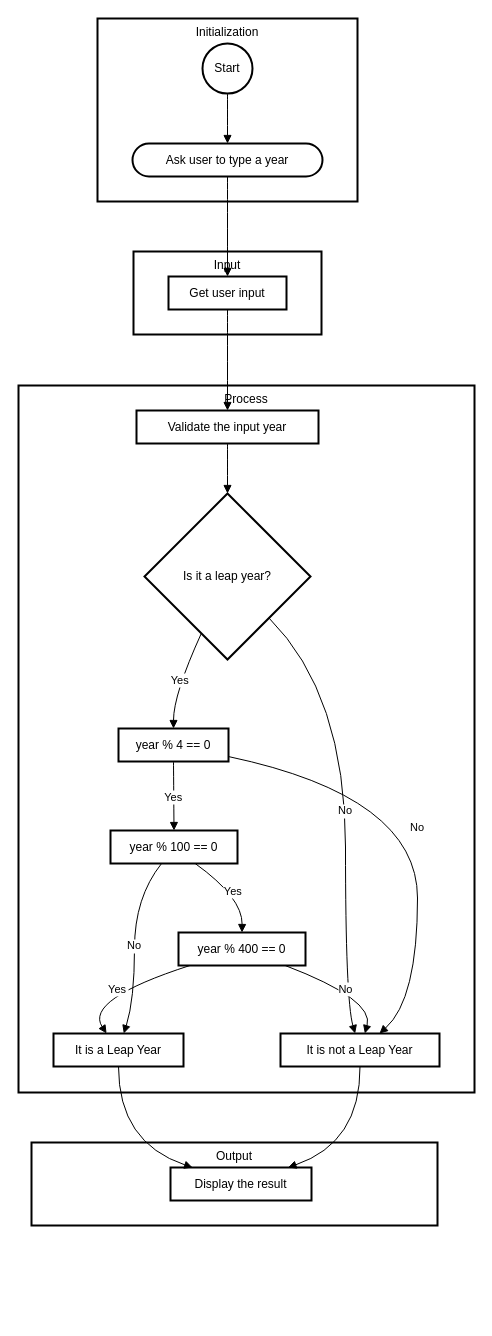
The draw.io diagram week-1/flowcharts/findLeapYear.drawio in frontend-alex/flowchart-charts, before the edit. Source tidied: cells renumbered, new cells numbered last; positions are measured from the earlier drawing's top-left corner, leaving out a move shared by most shapes. Both pictures are drawn from the tidied source at 100%, with x=0, y=0 at pixel (18, 18).
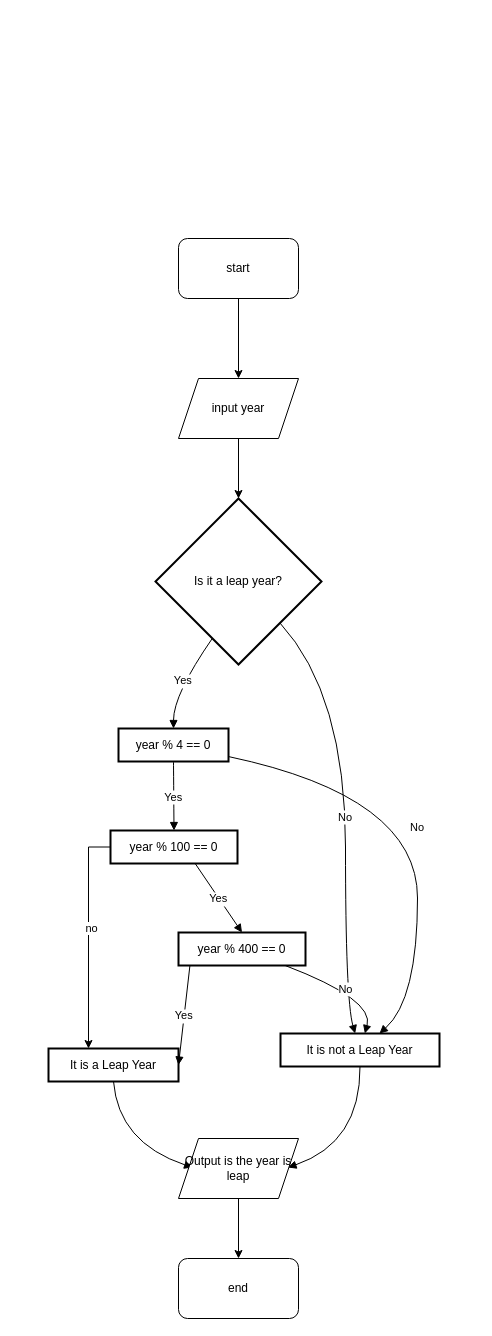
The same page after the edit.

The change refers to these unchanged cells:
```xml
<mxCell id="8" value="year % 100 == 0" style="whiteSpace=wrap;strokeWidth=2;" parent="1" vertex="1">
  <mxGeometry x="92" y="812" width="127" height="33" as="geometry" />
</mxCell>
<mxCell id="9" value="year % 400 == 0" style="whiteSpace=wrap;strokeWidth=2;" parent="1" vertex="1">
  <mxGeometry x="160" y="914" width="127" height="33" as="geometry" />
</mxCell>
<mxCell id="11" value="It is not a Leap Year" style="whiteSpace=wrap;strokeWidth=2;" parent="1" vertex="1">
  <mxGeometry x="262" y="1015" width="159" height="33" as="geometry" />
</mxCell>
```

Change to the diagram source:
```diff
@@
-    <mxCell id="2" value="Output" style="whiteSpace=wrap;strokeWidth=2;verticalAlign=top;" parent="1" vertex="1">
-      <mxGeometry x="13" y="1124" width="406" height="83" as="geometry" />
-    </mxCell>
-    <mxCell id="3" value="Display the result" style="whiteSpace=wrap;strokeWidth=2;" parent="1" vertex="1">
-      <mxGeometry x="152" y="1149" width="141" height="33" as="geometry" />
-    </mxCell>
-    <mxCell id="4" value="Process" style="whiteSpace=wrap;strokeWidth=2;verticalAlign=top;" parent="1" vertex="1">
-      <mxGeometry y="367" width="456" height="707" as="geometry" />
-    </mxCell>
     <mxCell id="5" value="Is it a leap year?" style="rhombus;strokeWidth=2;whiteSpace=wrap;" parent="1" vertex="1">
-      <mxGeometry x="126" y="475" width="166" height="166" as="geometry" />
+      <mxGeometry x="137" y="480" width="166" height="166" as="geometry" />
     </mxCell>
-    <mxCell id="6" value="Validate the input year" style="whiteSpace=wrap;strokeWidth=2;" parent="1" vertex="1">
-      <mxGeometry x="118" y="392" width="182" height="33" as="geometry" />
-    </mxCell>
@@
+    <mxCell id="27" style="edgeStyle=orthogonalEdgeStyle;rounded=0;jettySize=auto;html=1;" parent="1" edge="1" source="8" target="10">
+      <mxGeometry relative="1" as="geometry">
+        <Array as="points">
+          <mxPoint x="70" y="829" />
+        </Array>
+      </mxGeometry>
+    </mxCell>
+    <mxCell id="31" value="no" style="edgeLabel;html=1;align=center;verticalAlign=middle;" parent="27" vertex="1">
+      <mxGeometry x="-0.08" y="2" relative="1" as="geometry" />
+    </mxCell>
@@
     <mxCell id="10" value="It is a Leap Year" style="whiteSpace=wrap;strokeWidth=2;" parent="1" vertex="1">
-      <mxGeometry x="35" y="1015" width="130" height="33" as="geometry" />
+      <mxGeometry x="30" y="1030" width="130" height="33" as="geometry" />
     </mxCell>
@@
-    <mxCell id="12" value="Input" style="whiteSpace=wrap;strokeWidth=2;verticalAlign=top;" parent="1" vertex="1">
-      <mxGeometry x="115" y="233" width="188" height="83" as="geometry" />
-    </mxCell>
-    <mxCell id="13" value="Get user input" style="whiteSpace=wrap;strokeWidth=2;" parent="1" vertex="1">
-      <mxGeometry x="150" y="258" width="118" height="33" as="geometry" />
-    </mxCell>
-    <mxCell id="14" value="Initialization" style="whiteSpace=wrap;strokeWidth=2;verticalAlign=top;" parent="1" vertex="1">
-      <mxGeometry x="79" width="260" height="183" as="geometry" />
-    </mxCell>
-    <mxCell id="15" value="Start" style="ellipse;strokeWidth=2;whiteSpace=wrap;" parent="1" vertex="1">
-      <mxGeometry x="184" y="25" width="50" height="50" as="geometry" />
-    </mxCell>
-    <mxCell id="16" value="Ask user to type a year" style="rounded=1;whiteSpace=wrap;arcSize=50;strokeWidth=2;" parent="1" vertex="1">
-      <mxGeometry x="114" y="125" width="190" height="33" as="geometry" />
-    </mxCell>
-    <mxCell id="17" style="curved=1;startArrow=none;endArrow=block;exitX=0.5;exitY=1;entryX=0.5;entryY=0;" parent="1" edge="1" source="15" target="16">
-      <mxGeometry relative="1" as="geometry" />
-    </mxCell>
-    <mxCell id="18" style="curved=1;startArrow=none;endArrow=block;exitX=0.5;exitY=1.01;entryX=0.5;entryY=0.01;" parent="1" edge="1" source="16" target="13">
-      <mxGeometry relative="1" as="geometry" />
-    </mxCell>
-    <mxCell id="19" style="curved=1;startArrow=none;endArrow=block;exitX=0.5;exitY=1.03;entryX=0.5;entryY=0;" parent="1" edge="1" source="13" target="6">
-      <mxGeometry relative="1" as="geometry" />
-    </mxCell>
-    <mxCell id="20" style="curved=1;startArrow=none;endArrow=block;exitX=0.5;exitY=1.01;entryX=0.5;entryY=0;" parent="1" edge="1" source="6" target="5">
-      <mxGeometry relative="1" as="geometry" />
-    </mxCell>
@@
-    <mxCell id="24" value="Yes" style="curved=1;startArrow=none;endArrow=block;exitX=0.67;exitY=1.01;entryX=0.5;entryY=-0.01;" parent="1" edge="1" source="8" target="9">
-      <mxGeometry relative="1" as="geometry">
-        <Array as="points">
-          <mxPoint x="224" y="879" />
-        </Array>
-      </mxGeometry>
+    <mxCell id="24" value="Yes" style="startArrow=none;endArrow=block;exitX=0.67;exitY=1.01;entryX=0.5;entryY=-0.01;" parent="1" edge="1" source="8" target="9">
+      <mxGeometry relative="1" as="geometry" />
     </mxCell>
-    <mxCell id="25" value="Yes" style="curved=1;startArrow=none;endArrow=block;exitX=0.09;exitY=1;entryX=0.41;entryY=0.01;" parent="1" edge="1" source="9" target="10">
-      <mxGeometry relative="1" as="geometry">
-        <Array as="points">
-          <mxPoint x="66" y="981" />
-        </Array>
-      </mxGeometry>
+    <mxCell id="25" value="Yes" style="startArrow=none;endArrow=block;exitX=0.09;exitY=1;entryX=1;entryY=0.5;entryDx=0;entryDy=0;" parent="1" edge="1" source="9" target="10">
+      <mxGeometry relative="1" as="geometry" />
     </mxCell>
@@
-    <mxCell id="27" value="No" style="curved=1;startArrow=none;endArrow=block;exitX=0.4;exitY=1.01;entryX=0.54;entryY=0.01;" parent="1" edge="1" source="8" target="10">
-      <mxGeometry relative="1" as="geometry">
-        <Array as="points">
-          <mxPoint x="116" y="879" />
-          <mxPoint x="116" y="981" />
-        </Array>
-      </mxGeometry>
-    </mxCell>
@@
-    <mxCell id="29" style="curved=1;startArrow=none;endArrow=block;exitX=0.5;exitY=1.02;entryX=0.15;entryY=-0.01;" parent="1" edge="1" source="10" target="3">
+    <mxCell id="29" style="curved=1;startArrow=none;endArrow=block;exitX=0.5;exitY=1.02;entryX=0.15;entryY=-0.01;" parent="1" edge="1" source="10">
       <mxGeometry relative="1" as="geometry">
+        <mxPoint x="174.1" y="1149" as="targetPoint" />
         <Array as="points">
           <mxPoint x="100" y="1124" />
         </Array>
       </mxGeometry>
     </mxCell>
-    <mxCell id="30" style="curved=1;startArrow=none;endArrow=block;exitX=0.5;exitY=1.02;entryX=0.84;entryY=-0.01;" parent="1" edge="1" source="11" target="3">
+    <mxCell id="30" style="curved=1;startArrow=none;endArrow=block;exitX=0.5;exitY=1.02;entryX=0.84;entryY=-0.01;" parent="1" edge="1" source="11">
       <mxGeometry relative="1" as="geometry">
+        <mxPoint x="269.5" y="1149" as="targetPoint" />
         <Array as="points">
           <mxPoint x="342" y="1124" />
         </Array>
       </mxGeometry>
     </mxCell>
+    <mxCell id="32" style="edgeStyle=orthogonalEdgeStyle;rounded=0;jettySize=auto;html=1;" parent="1" edge="1" source="33" target="35">
+      <mxGeometry relative="1" as="geometry" />
+    </mxCell>
+    <mxCell id="33" value="start" style="rounded=1;whiteSpace=wrap;html=1;" parent="1" vertex="1">
+      <mxGeometry x="160" y="220" width="120" height="60" as="geometry" />
+    </mxCell>
+    <mxCell id="34" style="edgeStyle=orthogonalEdgeStyle;rounded=0;jettySize=auto;html=1;entryX=0.5;entryY=0;entryDx=0;entryDy=0;" parent="1" edge="1" source="35" target="5">
+      <mxGeometry relative="1" as="geometry" />
+    </mxCell>
+    <mxCell id="35" value="input year" style="shape=parallelogram;perimeter=parallelogramPerimeter;whiteSpace=wrap;html=1;fixedSize=1;" parent="1" vertex="1">
+      <mxGeometry x="160" y="360" width="120" height="60" as="geometry" />
+    </mxCell>
+    <mxCell id="36" style="edgeStyle=orthogonalEdgeStyle;rounded=0;jettySize=auto;html=1;" parent="1" edge="1" source="37" target="38">
+      <mxGeometry relative="1" as="geometry" />
+    </mxCell>
+    <mxCell id="37" value="Output is the year is leap" style="shape=parallelogram;perimeter=parallelogramPerimeter;whiteSpace=wrap;html=1;fixedSize=1;" parent="1" vertex="1">
+      <mxGeometry x="160" y="1120" width="120" height="60" as="geometry" />
+    </mxCell>
+    <mxCell id="38" value="end" style="rounded=1;whiteSpace=wrap;html=1;" parent="1" vertex="1">
+      <mxGeometry x="160" y="1240" width="120" height="60" as="geometry" />
+    </mxCell>
```
